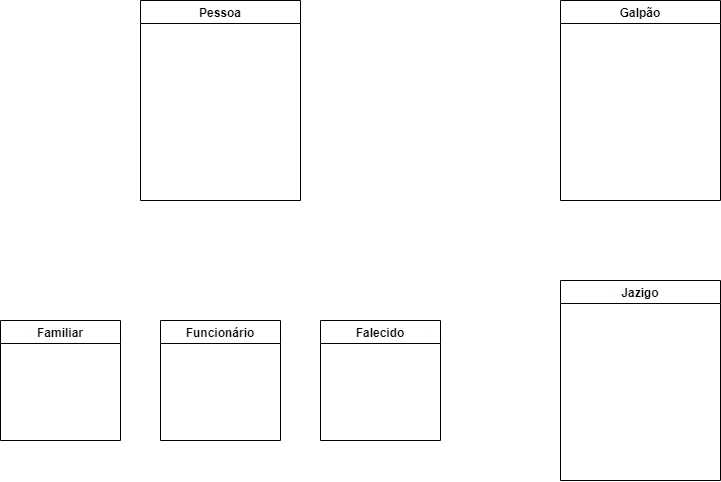
cemiterioPOO/Cemiterio keeps this draw.io diagram as Diagrama_cemiterio.png. Above is the earlier version. Source tidied: cells renumbered, new cells last; positions are measured from the earlier drawing's top-left corner, leaving out a move shared by most shapes.
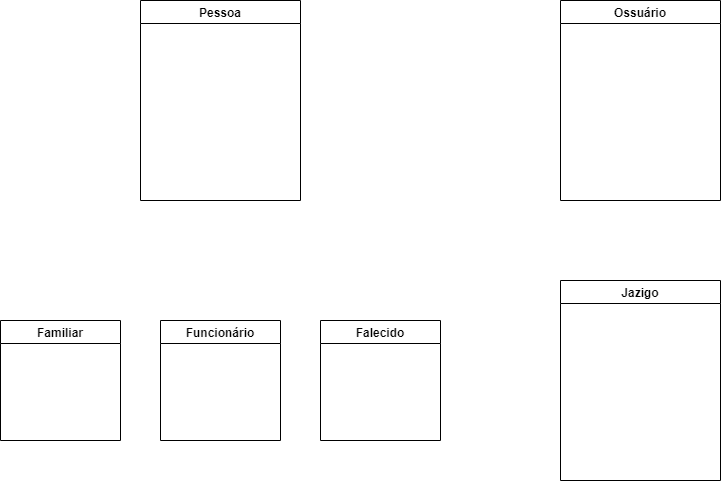
The same file after the commit.

The edit, as a diff of the source:
```diff
@@ -17,7 +17,7 @@
     <mxCell id="6" value="Falecido" style="swimlane;" parent="1" vertex="1">
       <mxGeometry x="320" y="320" width="120" height="120" as="geometry" />
     </mxCell>
-    <mxCell id="7" value="Galpão" style="swimlane;startSize=23;" parent="1" vertex="1">
+    <mxCell id="7" value="Ossuário" style="swimlane;startSize=23;" parent="1" vertex="1">
       <mxGeometry x="560" width="160" height="200" as="geometry" />
     </mxCell>
   </root>
```
